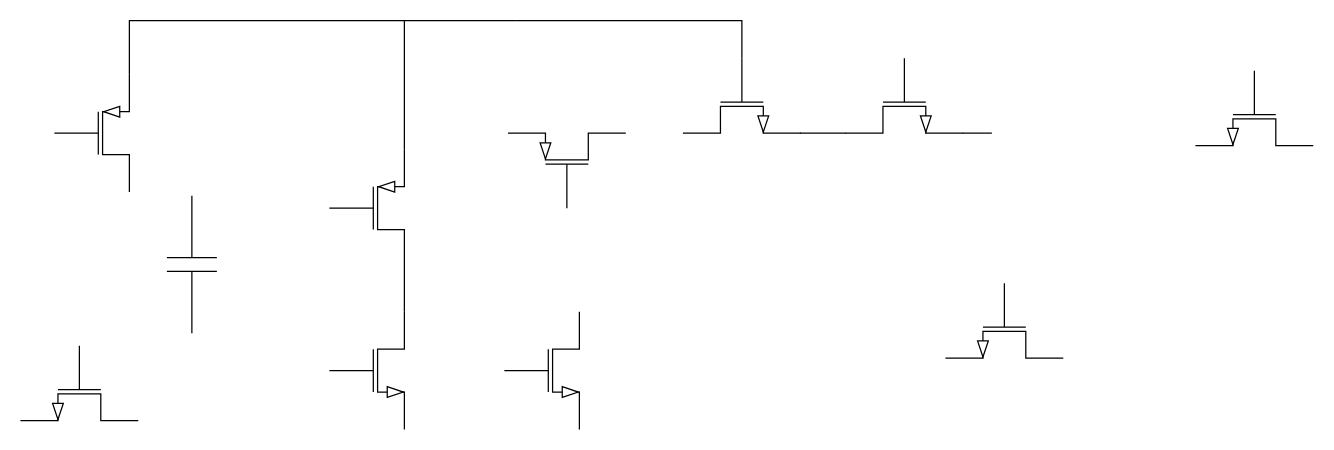
w1213ph/draw.io keeps this draw.io diagram as switch.drawio. Above is the earlier version. Source tidied: cells renumbered, new cells numbered last; positions are measured from the earlier drawing's top-left corner, leaving out a move shared by most shapes. Both pictures are drawn from the tidied source at 125%, with x=0, y=0 at pixel (16, 20).
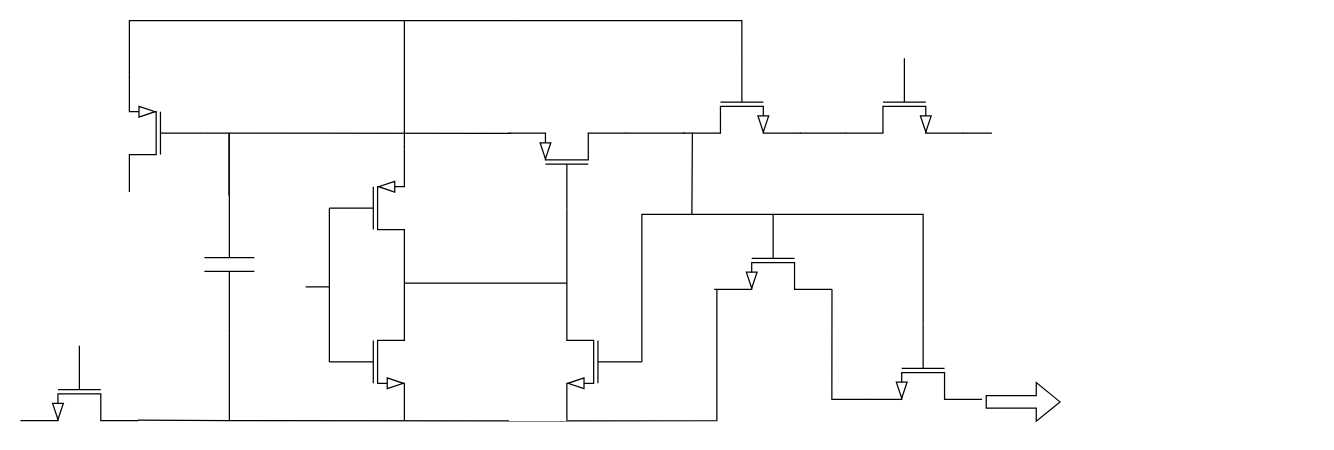
Above is the later version.

The change refers to these unchanged cells:
```xml
<mxCell id="5" style="verticalLabelPosition=bottom;shadow=0;dashed=0;align=center;html=1;verticalAlign=top;shape=mxgraph.electrical.transistors.pmos;direction=north;" parent="1" vertex="1">
  <mxGeometry x="390" y="90" width="100" height="60" as="geometry" />
</mxCell>
<mxCell id="7" style="verticalLabelPosition=bottom;shadow=0;dashed=0;align=center;html=1;verticalAlign=top;shape=mxgraph.electrical.transistors.nmos;direction=south;" parent="1" vertex="1">
  <mxGeometry y="260" width="100" height="60" as="geometry" />
</mxCell>
```

What changed in the source:
```diff
@@
     <mxCell id="2" style="verticalLabelPosition=bottom;shadow=0;dashed=0;align=center;html=1;verticalAlign=top;shape=mxgraph.electrical.transistors.nmos;" parent="1" vertex="1">
-      <mxGeometry x="250" y="230" width="60" height="100" as="geometry" />
+      <mxGeometry x="250" y="223" width="60" height="100" as="geometry" />
     </mxCell>
@@
-    <mxCell id="4" style="verticalLabelPosition=bottom;shadow=0;dashed=0;align=center;html=1;verticalAlign=top;shape=mxgraph.electrical.transistors.nmos;" parent="1" vertex="1">
-      <mxGeometry x="390" y="230" width="60" height="100" as="geometry" />
+    <mxCell id="4" style="verticalLabelPosition=bottom;shadow=0;dashed=0;align=center;html=1;verticalAlign=top;shape=mxgraph.electrical.transistors.nmos;flipH=1;" parent="1" vertex="1">
+      <mxGeometry x="440" y="223" width="60" height="100" as="geometry" />
     </mxCell>
@@
-    <mxCell id="6" style="verticalLabelPosition=bottom;shadow=0;dashed=0;align=center;html=1;verticalAlign=top;shape=mxgraph.electrical.transistors.pmos;direction=west;flipH=1;flipV=1;" parent="1" vertex="1">
-      <mxGeometry x="30" y="40" width="60" height="100" as="geometry" />
+    <mxCell id="6" style="verticalLabelPosition=bottom;shadow=0;dashed=0;align=center;html=1;verticalAlign=top;shape=mxgraph.electrical.transistors.pmos;direction=west;flipH=0;flipV=1;" parent="1" vertex="1">
+      <mxGeometry x="90" y="40" width="60" height="100" as="geometry" />
     </mxCell>
@@
     <mxCell id="10" style="verticalLabelPosition=bottom;shadow=0;dashed=0;align=center;html=1;verticalAlign=top;shape=mxgraph.electrical.transistors.nmos;direction=south;" parent="1" vertex="1">
-      <mxGeometry x="740" y="210" width="100" height="60" as="geometry" />
+      <mxGeometry x="675" y="243" width="100" height="60" as="geometry" />
     </mxCell>
     <mxCell id="11" style="verticalLabelPosition=bottom;shadow=0;dashed=0;align=center;html=1;verticalAlign=top;shape=mxgraph.electrical.transistors.nmos;direction=south;" parent="1" vertex="1">
-      <mxGeometry x="940" y="40" width="100" height="60" as="geometry" />
+      <mxGeometry x="555" y="155" width="100" height="60" as="geometry" />
     </mxCell>
@@
     <mxCell id="13" style="verticalLabelPosition=bottom;shadow=0;dashed=0;align=center;html=1;verticalAlign=top;shape=mxgraph.electrical.capacitors.capacitor_1;direction=south;" parent="1" vertex="1">
-      <mxGeometry x="120" y="140" width="40" height="110" as="geometry" />
+      <mxGeometry x="150" y="140" width="40" height="110" as="geometry" />
     </mxCell>
@@
+    <mxCell id="19" style="endArrow=none;html=1;rounded=0;exitX=0.994;exitY=-0.725;exitDx=0;exitDy=0;exitPerimeter=0;entryX=1;entryY=0.5;entryDx=0;entryDy=0;entryPerimeter=0;" parent="1" edge="1" source="7" target="13">
+      <mxGeometry relative="1" as="geometry">
+        <Array as="points">
+          <mxPoint x="170" y="320" />
+        </Array>
+      </mxGeometry>
+    </mxCell>
+    <mxCell id="20" style="endArrow=none;html=1;rounded=0;entryX=0.998;entryY=-0.666;entryDx=0;entryDy=0;entryPerimeter=0;" parent="1" edge="1" target="5">
+      <mxGeometry relative="1" as="geometry">
+        <mxPoint x="150" y="90" as="sourcePoint" />
+      </mxGeometry>
+    </mxCell>
+    <mxCell id="21" style="endArrow=none;html=1;rounded=0;exitX=1.001;exitY=1.723;exitDx=0;exitDy=0;exitPerimeter=0;" parent="1" edge="1" source="5">
+      <mxGeometry relative="1" as="geometry">
+        <mxPoint x="534" y="90" as="targetPoint" />
+      </mxGeometry>
+    </mxCell>
+    <mxCell id="22" style="endArrow=none;html=1;rounded=0;" parent="1" edge="1">
+      <mxGeometry relative="1" as="geometry">
+        <mxPoint x="169.8" y="140" as="sourcePoint" />
+        <mxPoint x="169.8" y="90" as="targetPoint" />
+      </mxGeometry>
+    </mxCell>
+    <mxCell id="23" style="endArrow=none;html=1;rounded=0;exitX=0;exitY=0.5;exitDx=0;exitDy=0;exitPerimeter=0;" parent="1" edge="1" source="2">
+      <mxGeometry relative="1" as="geometry">
+        <mxPoint x="250" y="150" as="targetPoint" />
+      </mxGeometry>
+    </mxCell>
+    <mxCell id="24" style="endArrow=none;html=1;rounded=0;" parent="1" edge="1">
+      <mxGeometry relative="1" as="geometry">
+        <mxPoint x="169.8" y="140" as="sourcePoint" />
+        <mxPoint x="169.8" y="90" as="targetPoint" />
+        <Array as="points">
+          <mxPoint x="169.8" y="120" />
+        </Array>
+      </mxGeometry>
+    </mxCell>
+    <mxCell id="25" style="endArrow=none;html=1;rounded=0;entryX=1;entryY=1;entryDx=0;entryDy=0;entryPerimeter=0;" parent="1" edge="1" target="4">
+      <mxGeometry relative="1" as="geometry">
+        <mxPoint x="170" y="320" as="sourcePoint" />
+      </mxGeometry>
+    </mxCell>
+    <mxCell id="26" style="endArrow=none;html=1;rounded=0;" parent="1" edge="1">
+      <mxGeometry relative="1" as="geometry">
+        <mxPoint x="231" y="213" as="sourcePoint" />
+        <mxPoint x="250" y="213" as="targetPoint" />
+      </mxGeometry>
+    </mxCell>
+    <mxCell id="27" style="endArrow=none;html=1;rounded=0;exitX=1;exitY=0;exitDx=0;exitDy=0;exitPerimeter=0;" parent="1" edge="1" source="4">
+      <mxGeometry relative="1" as="geometry">
+        <mxPoint x="440" y="150" as="targetPoint" />
+      </mxGeometry>
+    </mxCell>
+    <mxCell id="28" style="endArrow=none;html=1;rounded=0;" parent="1" edge="1">
+      <mxGeometry relative="1" as="geometry">
+        <mxPoint x="310" y="210" as="sourcePoint" />
+        <mxPoint x="440" y="210" as="targetPoint" />
+      </mxGeometry>
+    </mxCell>
+    <mxCell id="29" style="endArrow=none;html=1;rounded=0;exitX=0;exitY=0.5;exitDx=0;exitDy=0;exitPerimeter=0;entryX=0.995;entryY=-0.143;entryDx=0;entryDy=0;entryPerimeter=0;" parent="1" edge="1" source="11">
+      <mxGeometry relative="1" as="geometry">
+        <mxPoint x="540.4" y="89.7" as="targetPoint" />
+        <Array as="points">
+          <mxPoint x="540" y="155" />
+        </Array>
+      </mxGeometry>
+    </mxCell>
+    <mxCell id="30" style="endArrow=none;html=1;rounded=0;entryX=0.999;entryY=-0.733;entryDx=0;entryDy=0;entryPerimeter=0;exitX=1.001;exitY=1.724;exitDx=0;exitDy=0;exitPerimeter=0;" parent="1" edge="1" source="10" target="11">
+      <mxGeometry relative="1" as="geometry">
+        <Array as="points">
+          <mxPoint x="652" y="303" />
+        </Array>
+      </mxGeometry>
+    </mxCell>
+    <mxCell id="31" style="endArrow=none;html=1;rounded=0;exitX=1;exitY=1;exitDx=0;exitDy=0;exitPerimeter=0;" parent="1" edge="1" source="4">
+      <mxGeometry relative="1" as="geometry">
+        <mxPoint x="560" y="215" as="targetPoint" />
+        <Array as="points">
+          <mxPoint x="560" y="320" />
+        </Array>
+      </mxGeometry>
+    </mxCell>
+    <mxCell id="32" style="endArrow=none;html=1;rounded=0;exitX=0;exitY=0.5;exitDx=0;exitDy=0;exitPerimeter=0;" parent="1" edge="1" source="4">
+      <mxGeometry relative="1" as="geometry">
+        <mxPoint x="540" y="155" as="targetPoint" />
+        <Array as="points">
+          <mxPoint x="500" y="155" />
+        </Array>
+      </mxGeometry>
+    </mxCell>
+    <mxCell id="33" style="endArrow=none;html=1;rounded=0;exitX=0;exitY=0.5;exitDx=0;exitDy=0;exitPerimeter=0;entryX=0;entryY=0.5;entryDx=0;entryDy=0;entryPerimeter=0;" parent="1" edge="1" source="10" target="11">
+      <mxGeometry relative="1" as="geometry">
+        <Array as="points">
+          <mxPoint x="725" y="155" />
+        </Array>
+      </mxGeometry>
+    </mxCell>
+    <mxCell id="34" style="shape=flexArrow;endArrow=classic;html=1;rounded=0;" parent="1" edge="1">
+      <mxGeometry relative="1" as="geometry">
+        <mxPoint x="775" y="305" as="sourcePoint" />
+        <mxPoint x="835" y="305" as="targetPoint" />
+      </mxGeometry>
+    </mxCell>
```
